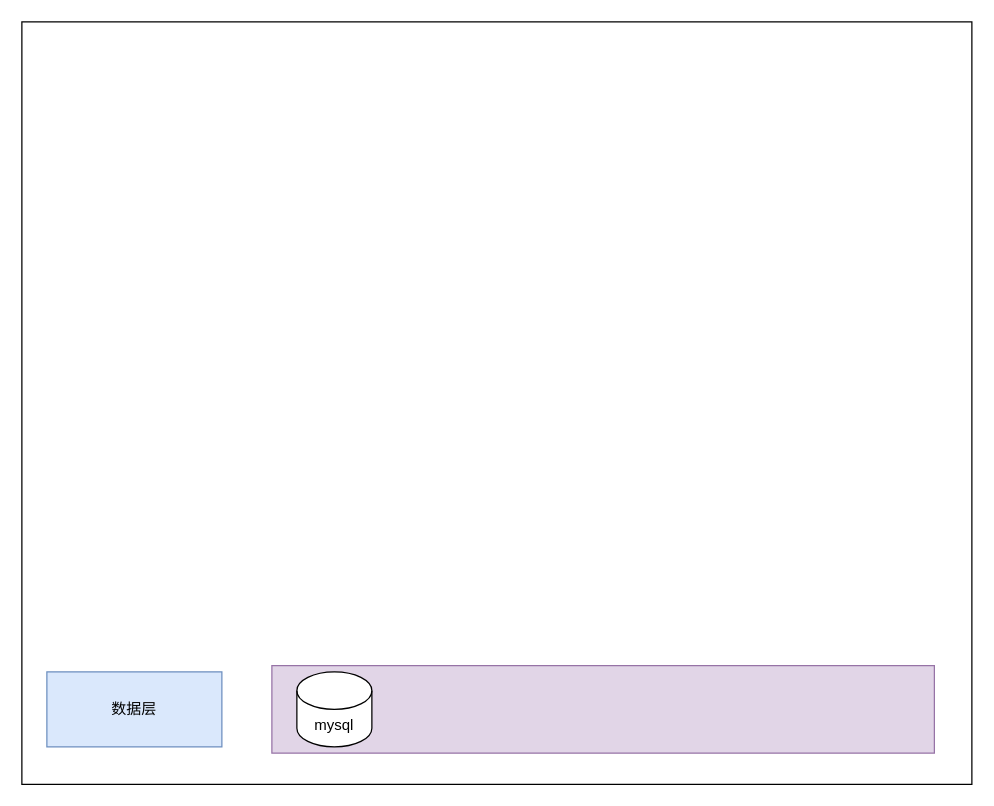
This is picture/xintong.drawio from cruecrue/javastudy, a draw.io file, before an edit. Source tidied: cells renumbered, new cells numbered last; positions are measured from the earlier drawing's top-left corner, leaving out a move shared by most shapes. Both pictures are drawn from the tidied source at 125%, with x=0, y=0 at pixel (21, 21).
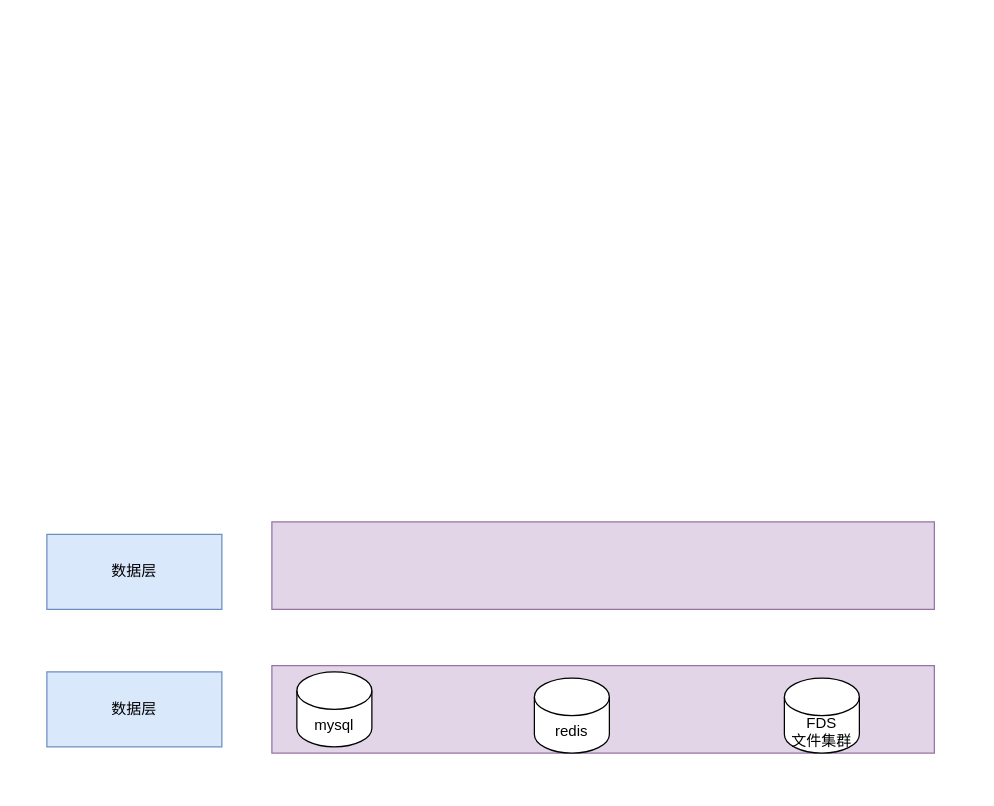
The same diagram, later.

The edit, as a diff of the source:
```diff
@@
 <mxGraphModel>
   <root>
     <mxCell id="0" />
     <mxCell id="1" parent="0" />
-    <mxCell id="2" style="rounded=0;whiteSpace=wrap;html=1;" parent="1" vertex="1">
-      <mxGeometry width="760" height="610" as="geometry" />
-    </mxCell>
     <mxCell id="3" value="数据层" style="rounded=0;whiteSpace=wrap;html=1;fillColor=#dae8fc;strokeColor=#6c8ebf;" parent="1" vertex="1">
       <mxGeometry x="20" y="520" width="140" height="60" as="geometry" />
     </mxCell>
     <mxCell id="4" style="rounded=0;whiteSpace=wrap;html=1;fillColor=#e1d5e7;strokeColor=#9673a6;" parent="1" vertex="1">
       <mxGeometry x="200" y="515" width="530" height="70" as="geometry" />
     </mxCell>
     <mxCell id="5" value="mysql" style="shape=cylinder3;whiteSpace=wrap;html=1;boundedLbl=1;backgroundOutline=1;size=15;" parent="1" vertex="1">
       <mxGeometry x="220" y="520" width="60" height="60" as="geometry" />
     </mxCell>
+    <mxCell id="6" value="redis" style="shape=cylinder3;whiteSpace=wrap;html=1;boundedLbl=1;backgroundOutline=1;size=15;" parent="1" vertex="1">
+      <mxGeometry x="410" y="525" width="60" height="60" as="geometry" />
+    </mxCell>
+    <mxCell id="7" value="FDS&lt;br&gt;文件集群" style="shape=cylinder3;whiteSpace=wrap;html=1;boundedLbl=1;backgroundOutline=1;size=15;" parent="1" vertex="1">
+      <mxGeometry x="610" y="525" width="60" height="60" as="geometry" />
+    </mxCell>
+    <mxCell id="8" value="数据层" style="rounded=0;whiteSpace=wrap;html=1;fillColor=#dae8fc;strokeColor=#6c8ebf;" parent="1" vertex="1">
+      <mxGeometry x="20" y="410" width="140" height="60" as="geometry" />
+    </mxCell>
+    <mxCell id="9" style="rounded=0;whiteSpace=wrap;html=1;fillColor=#e1d5e7;strokeColor=#9673a6;" parent="1" vertex="1">
+      <mxGeometry x="200" y="400" width="530" height="70" as="geometry" />
+    </mxCell>
   </root>
 </mxGraphModel>
```
